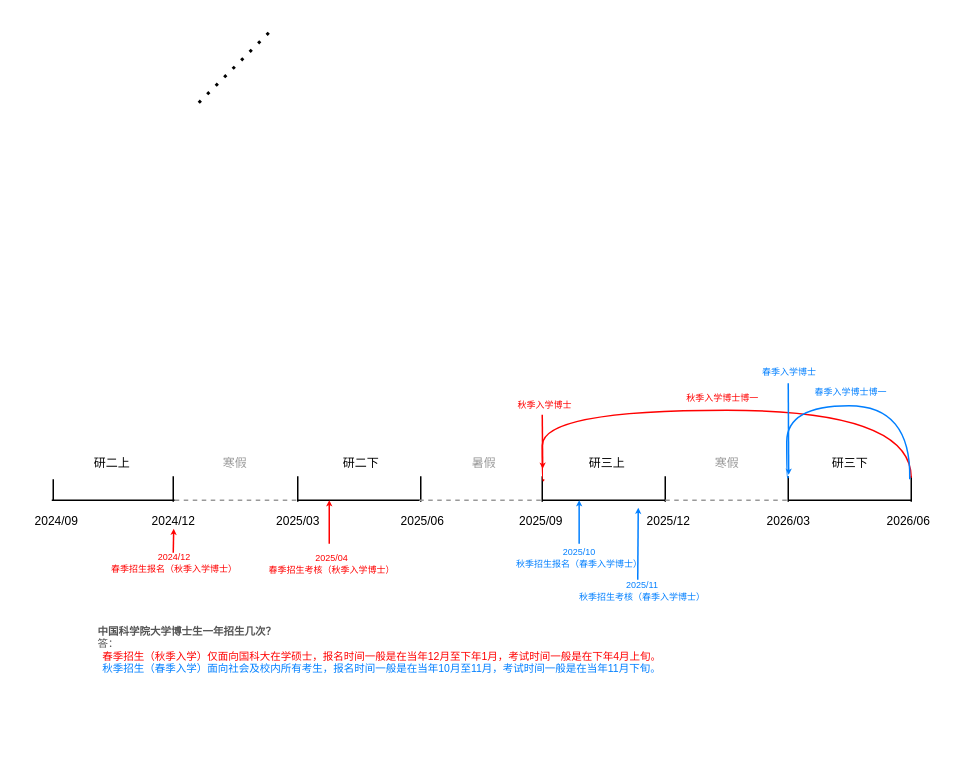
This is timeline.drawio from gaohongy/drawio, a draw.io file, before an edit. Source tidied: cells renumbered, new cells numbered last; positions are measured from the earlier drawing's top-left corner, leaving out a move shared by most shapes. Both pictures are drawn from the tidied source at 150%, with x=0, y=0 at pixel (26, 27).
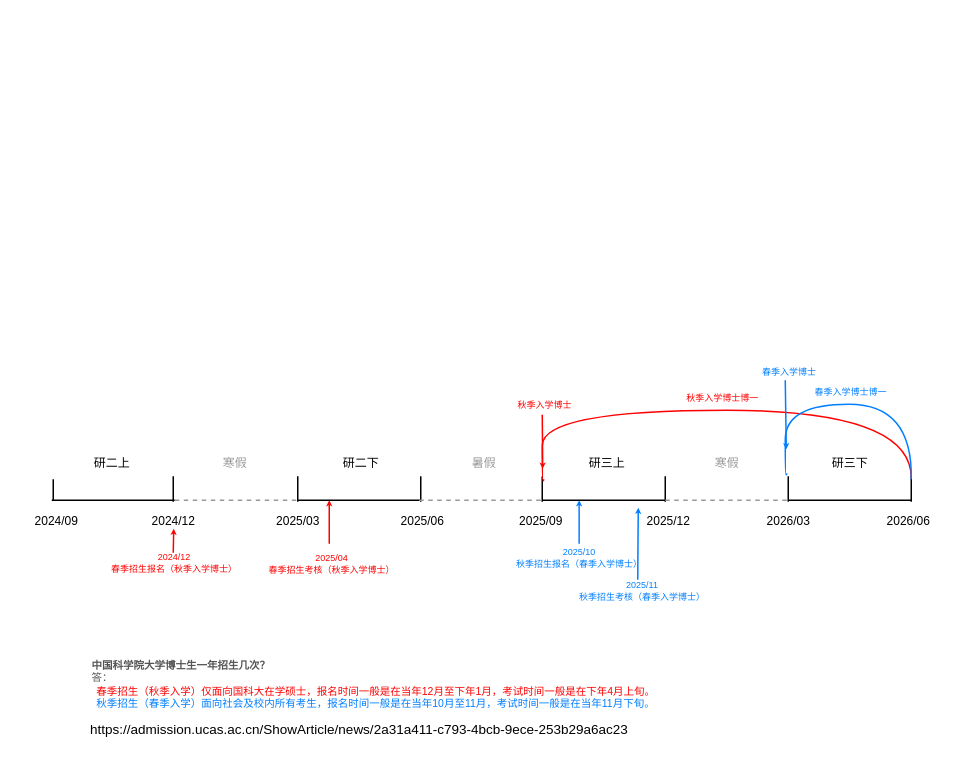
After the change.

Change to the diagram source:
```diff
@@
-    <mxCell id="2" style="endArrow=none;dashed=1;html=1;dashPattern=1 3;strokeWidth=2;rounded=0;" parent="1" edge="1">
-      <mxGeometry relative="1" as="geometry">
-        <mxPoint x="115" y="50" as="sourcePoint" />
-        <mxPoint x="165" as="targetPoint" />
-      </mxGeometry>
-    </mxCell>
@@
     <mxCell id="37" value="&lt;p style=&quot;margin: 0cm 0cm 0pt; text-indent: 28px; color: rgb(85, 85, 85); font-family: 宋体; font-style: normal; font-variant-ligatures: normal; font-variant-caps: normal; font-weight: 400; letter-spacing: normal; orphans: 2; text-align: start; text-transform: none; widows: 2; word-spacing: 0px; -webkit-text-stroke-width: 0px; white-space: normal; background-color: rgb(255, 255, 255); text-decoration-thickness: initial; text-decoration-style: initial; text-decoration-color: initial; font-size: 7px;&quot; class=&quot;MsoNormal&quot;&gt;&lt;b style=&quot;font-size: 7px;&quot;&gt;&lt;span style=&quot;font-family: 仿宋_GB2312; font-size: 7px;&quot;&gt;&lt;font style=&quot;font-size: 7px;&quot;&gt;中国科学院大学博士生一年招生几次？&lt;span lang=&quot;EN-US&quot; style=&quot;font-size: 7px;&quot;&gt;&lt;/span&gt;&lt;/font&gt;&lt;/span&gt;&lt;/b&gt;&lt;/p&gt;&lt;p style=&quot;margin: 0cm 0cm 0pt; text-indent: 28px; font-family: 宋体; font-style: normal; font-variant-ligatures: normal; font-variant-caps: normal; font-weight: 400; letter-spacing: normal; orphans: 2; text-align: start; text-transform: none; widows: 2; word-spacing: 0px; -webkit-text-stroke-width: 0px; white-space: normal; background-color: rgb(255, 255, 255); text-decoration-thickness: initial; text-decoration-style: initial; text-decoration-color: initial; font-size: 7px;&quot; class=&quot;MsoNormal&quot;&gt;&lt;font style=&quot;font-size: 7px;&quot;&gt;&lt;span style=&quot;font-family: 仿宋_GB2312; font-size: 7px;&quot;&gt;&lt;font color=&quot;#555555&quot;&gt;答：&lt;/font&gt;&lt;/span&gt;&lt;/font&gt;&lt;/p&gt;&lt;p style=&quot;margin: 0cm 0cm 0pt; text-indent: 28px; font-family: 宋体; font-style: normal; font-variant-ligatures: normal; font-variant-caps: normal; font-weight: 400; letter-spacing: normal; orphans: 2; text-align: start; text-transform: none; widows: 2; word-spacing: 0px; -webkit-text-stroke-width: 0px; white-space: normal; background-color: rgb(255, 255, 255); text-decoration-thickness: initial; text-decoration-style: initial; text-decoration-color: initial; font-size: 7px;&quot; class=&quot;MsoNormal&quot;&gt;&lt;font style=&quot;font-size: 7px;&quot;&gt;&lt;span style=&quot;font-family: 仿宋_GB2312; font-size: 7px;&quot;&gt;&lt;font color=&quot;#ff0000&quot;&gt;&lt;span style=&quot;white-space: pre;&quot;&gt;&#9;&lt;/span&gt;春季招生&lt;/font&gt;&lt;/span&gt;&lt;/font&gt;&lt;font color=&quot;#ff0000&quot;&gt;&lt;span style=&quot;background-color: initial; font-family: 仿宋_GB2312;&quot;&gt;（&lt;/span&gt;&lt;span style=&quot;background-color: initial; font-family: 仿宋_GB2312;&quot;&gt;秋季入学&lt;/span&gt;&lt;span style=&quot;background-color: initial; font-family: 仿宋_GB2312;&quot;&gt;）&lt;/span&gt;&lt;span style=&quot;font-family: 仿宋_GB2312;&quot;&gt;仅面向国科大在学硕士，&lt;/span&gt;&lt;span style=&quot;background-color: initial; font-family: 仿宋_GB2312;&quot;&gt;报名时间一般是在当年&lt;/span&gt;&lt;span style=&quot;background-color: initial; font-family: 仿宋_GB2312;&quot; lang=&quot;EN-US&quot;&gt;12&lt;/span&gt;&lt;span style=&quot;background-color: initial; font-family: 仿宋_GB2312;&quot;&gt;月至下年&lt;/span&gt;&lt;span style=&quot;background-color: initial; font-family: 仿宋_GB2312;&quot; lang=&quot;EN-US&quot;&gt;1&lt;/span&gt;&lt;span style=&quot;background-color: initial; font-family: 仿宋_GB2312;&quot;&gt;月，&lt;/span&gt;&lt;span style=&quot;background-color: initial; font-family: 仿宋_GB2312; text-indent: 37.3333px;&quot;&gt;考试时间一般是在下年&lt;/span&gt;&lt;span style=&quot;background-color: initial; font-family: 仿宋_GB2312; text-indent: 37.3333px;&quot; lang=&quot;EN-US&quot;&gt;4&lt;/span&gt;&lt;span style=&quot;background-color: initial; font-family: 仿宋_GB2312; text-indent: 37.3333px;&quot;&gt;月上旬。&lt;/span&gt;&lt;/font&gt;&lt;/p&gt;&lt;p style=&quot;margin: 0cm 0cm 0pt; text-indent: 28px; font-family: 宋体; font-style: normal; font-variant-ligatures: normal; font-variant-caps: normal; font-weight: 400; letter-spacing: normal; orphans: 2; text-align: start; text-transform: none; widows: 2; word-spacing: 0px; -webkit-text-stroke-width: 0px; white-space: normal; background-color: rgb(255, 255, 255); text-decoration-thickness: initial; text-decoration-style: initial; text-decoration-color: initial; font-size: 7px;&quot; class=&quot;MsoNormal&quot;&gt;&lt;font style=&quot;font-size: 7px;&quot;&gt;&lt;span style=&quot;font-family: 仿宋_GB2312; font-size: 7px;&quot;&gt;&lt;span style=&quot;color: rgb(85, 85, 85); white-space: pre;&quot;&gt;&#9;&lt;/span&gt;&lt;font color=&quot;#007fff&quot;&gt;秋季招生（春季入学）面向社会及校内所有考生，&lt;/font&gt;&lt;/span&gt;&lt;/font&gt;&lt;font color=&quot;#007fff&quot;&gt;&lt;font style=&quot;background-color: initial;&quot;&gt;&lt;span style=&quot;font-family: 仿宋_GB2312;&quot;&gt;报名时间一般是在当年&lt;span lang=&quot;EN-US&quot;&gt;10&lt;/span&gt;月至&lt;span lang=&quot;EN-US&quot;&gt;11&lt;/span&gt;月，&lt;/span&gt;&lt;/font&gt;&lt;span style=&quot;background-color: initial; font-family: 仿宋_GB2312; text-indent: 37.3333px;&quot;&gt;考试时间一般是在当年&lt;/span&gt;&lt;span style=&quot;background-color: initial; font-family: 仿宋_GB2312; text-indent: 37.3333px;&quot; lang=&quot;EN-US&quot;&gt;11&lt;/span&gt;&lt;span style=&quot;background-color: initial; font-family: 仿宋_GB2312; text-indent: 37.3333px;&quot;&gt;月下旬&lt;/span&gt;&lt;span style=&quot;font-family: 仿宋_GB2312;&quot;&gt;。&lt;/span&gt;&lt;/font&gt;&lt;/p&gt;" style="text;whiteSpace=wrap;html=1;fontSize=7;" parent="1" vertex="1">
-      <mxGeometry x="18" y="392" width="422" height="34" as="geometry" />
+      <mxGeometry x="14" y="415" width="422" height="34" as="geometry" />
     </mxCell>
@@
     <mxCell id="47" style="endArrow=classic;html=1;rounded=0;fontSize=9;strokeWidth=1;endSize=1;startSize=5;fontColor=#007FFF;strokeColor=#007FFF;" parent="1" edge="1">
       <mxGeometry relative="1" as="geometry">
-        <mxPoint x="508" y="237" as="sourcePoint" />
-        <mxPoint x="508.3" y="298" as="targetPoint" />
+        <mxPoint x="506" y="235" as="sourcePoint" />
+        <mxPoint x="506.7" y="281" as="targetPoint" />
       </mxGeometry>
     </mxCell>
-    <mxCell id="48" style="endArrow=none;html=1;rounded=0;edgeStyle=orthogonalEdgeStyle;curved=1;strokeColor=#007FFF;" parent="1" edge="1">
-      <mxGeometry relative="1" as="geometry">
-        <mxPoint x="508" y="299" as="sourcePoint" />
-        <mxPoint x="589" y="301" as="targetPoint" />
-        <Array as="points">
-          <mxPoint x="507" y="300" />
-          <mxPoint x="507" y="252" />
-          <mxPoint x="590" y="252" />
-          <mxPoint x="590" y="301" />
-        </Array>
-      </mxGeometry>
-    </mxCell>
@@
+    <mxCell id="50" value="https://admission.ucas.ac.cn/ShowArticle/news/2a31a411-c793-4bcb-9ece-253b29a6ac23" style="text;whiteSpace=wrap;fontSize=9;" parent="1" vertex="1">
+      <mxGeometry x="41" y="456" width="368" height="22" as="geometry" />
+    </mxCell>
+    <mxCell id="51" style="endArrow=none;html=1;rounded=0;edgeStyle=orthogonalEdgeStyle;curved=1;fontColor=#FF0000;strokeColor=#007FFF;" parent="1" edge="1">
+      <mxGeometry relative="1" as="geometry">
+        <mxPoint x="507" y="297" as="sourcePoint" />
+        <mxPoint x="590" y="301" as="targetPoint" />
+        <Array as="points">
+          <mxPoint x="506" y="298" />
+          <mxPoint x="506" y="251" />
+          <mxPoint x="591" y="251" />
+          <mxPoint x="591" y="301" />
+        </Array>
+      </mxGeometry>
+    </mxCell>
```
